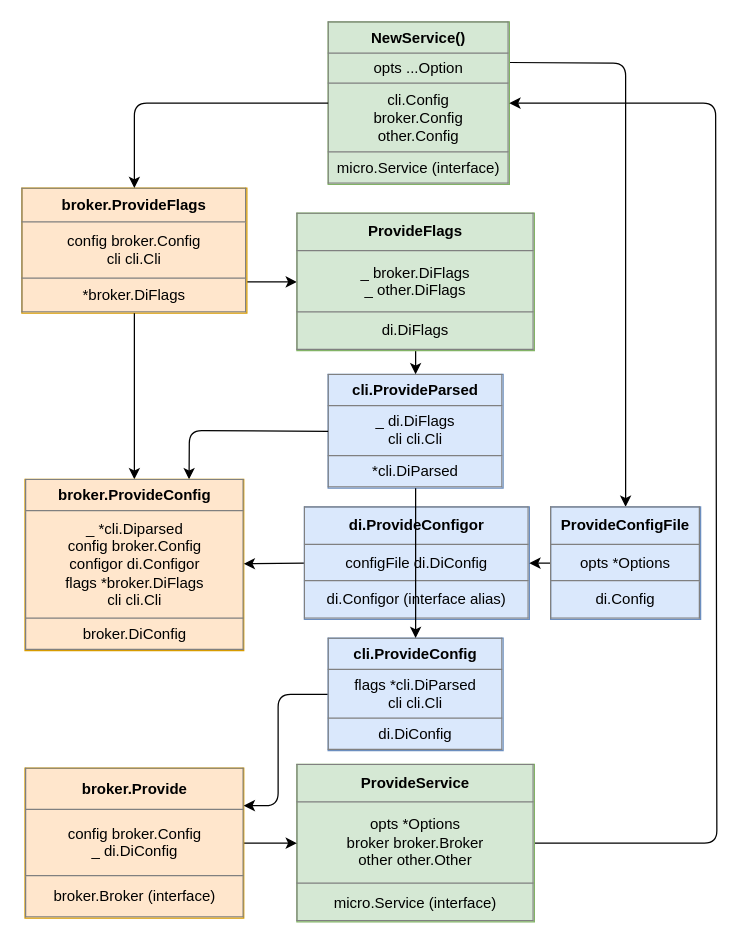
The draw.io diagram docs/wire/new_wire_di.dio in jochumdev/microwire, before the edit. Source tidied: cells renumbered, new cells numbered last; positions are measured from the earlier drawing's top-left corner, leaving out a move shared by most shapes. Both pictures are drawn from the tidied source at 125%, with x=0, y=0 at pixel (21, 21).
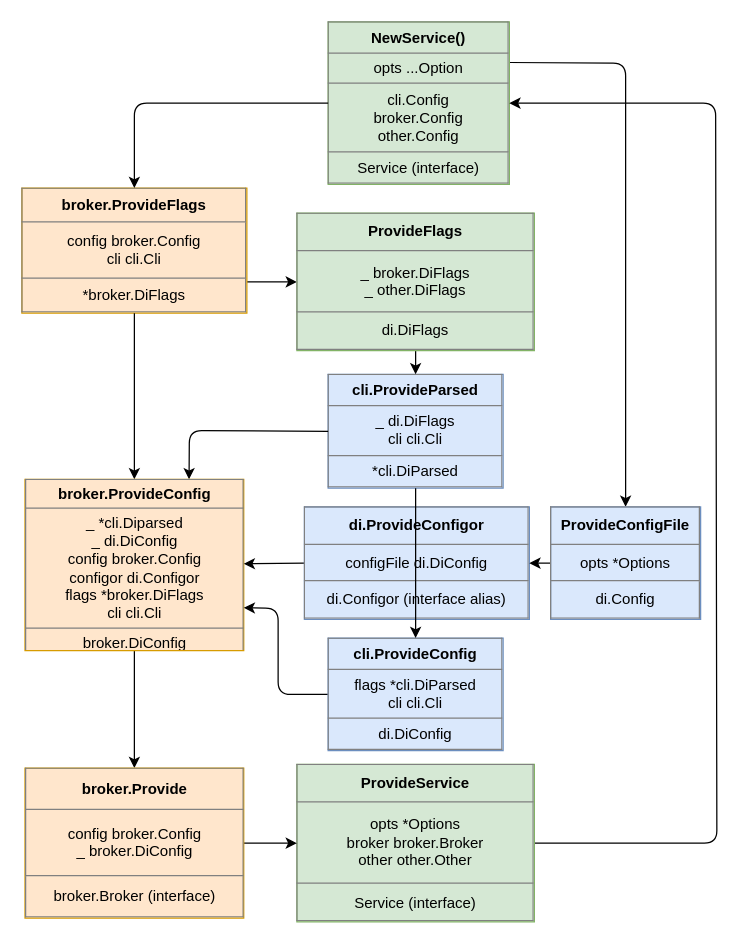
The same diagram, later.

Commit message (it also covers changes not shown here):
(docs): Update new_wire Diagram

The change refers to these unchanged cells:
```xml
<mxCell id="20" value="&lt;table border=&quot;1&quot; width=&quot;100%&quot; height=&quot;100%&quot; cellpadding=&quot;4&quot; style=&quot;width: 100%; height: 100%; border-collapse: collapse;&quot;&gt;&lt;tbody&gt;&lt;tr&gt;&lt;th align=&quot;center&quot;&gt;cli.ProvideConfig&lt;/th&gt;&lt;/tr&gt;&lt;tr&gt;&lt;td align=&quot;center&quot;&gt;flags *cli.DiParsed&lt;br&gt;cli cli.Cli&lt;br&gt;&lt;/td&gt;&lt;/tr&gt;&lt;tr&gt;&lt;td align=&quot;center&quot;&gt;di.DiConfig&lt;br&gt;&lt;/td&gt;&lt;/tr&gt;&lt;/tbody&gt;&lt;/table&gt;" style="text;html=1;strokeColor=#6c8ebf;fillColor=#dae8fc;overflow=fill;" parent="1" vertex="1">
  <mxGeometry x="245" y="493" width="140" height="90" as="geometry" />
</mxCell>
```

What changed in the source:
```diff
@@
-    <mxCell id="3" value="&lt;table border=&quot;1&quot; width=&quot;100%&quot; height=&quot;100%&quot; cellpadding=&quot;4&quot; style=&quot;width: 100%; height: 100%; border-collapse: collapse;&quot;&gt;&lt;tbody&gt;&lt;tr&gt;&lt;th align=&quot;center&quot;&gt;&lt;b&gt;NewService()&lt;/b&gt;&lt;/th&gt;&lt;/tr&gt;&lt;tr&gt;&lt;td align=&quot;center&quot;&gt;opts ...Option&lt;/td&gt;&lt;/tr&gt;&lt;tr&gt;&lt;td align=&quot;center&quot;&gt;cli.Config&lt;br&gt;broker.Config&lt;br&gt;other.Config&lt;/td&gt;&lt;/tr&gt;&lt;tr&gt;&lt;td style=&quot;text-align: center;&quot;&gt;micro.Service (interface)&lt;/td&gt;&lt;/tr&gt;&lt;/tbody&gt;&lt;/table&gt;" style="text;html=1;strokeColor=#82b366;fillColor=#d5e8d4;overflow=fill;" parent="1" vertex="1">
+    <mxCell id="3" value="&lt;table border=&quot;1&quot; width=&quot;100%&quot; height=&quot;100%&quot; cellpadding=&quot;4&quot; style=&quot;width: 100%; height: 100%; border-collapse: collapse;&quot;&gt;&lt;tbody&gt;&lt;tr&gt;&lt;th align=&quot;center&quot;&gt;&lt;b&gt;NewService()&lt;/b&gt;&lt;/th&gt;&lt;/tr&gt;&lt;tr&gt;&lt;td align=&quot;center&quot;&gt;opts ...Option&lt;/td&gt;&lt;/tr&gt;&lt;tr&gt;&lt;td align=&quot;center&quot;&gt;cli.Config&lt;br&gt;broker.Config&lt;br&gt;other.Config&lt;/td&gt;&lt;/tr&gt;&lt;tr&gt;&lt;td style=&quot;text-align: center;&quot;&gt;Service (interface)&lt;/td&gt;&lt;/tr&gt;&lt;/tbody&gt;&lt;/table&gt;" style="text;html=1;strokeColor=#82b366;fillColor=#d5e8d4;overflow=fill;" parent="1" vertex="1">
       <mxGeometry x="245" width="145" height="130" as="geometry" />
     </mxCell>
@@
-    <mxCell id="6" value="&lt;table border=&quot;1&quot; width=&quot;100%&quot; height=&quot;100%&quot; cellpadding=&quot;4&quot; style=&quot;width: 100%; height: 100%; border-collapse: collapse;&quot;&gt;&lt;tbody&gt;&lt;tr&gt;&lt;th align=&quot;center&quot;&gt;ProvideService&lt;/th&gt;&lt;/tr&gt;&lt;tr&gt;&lt;td align=&quot;center&quot;&gt;opts *Options&lt;br&gt;broker broker.Broker&lt;br&gt;other other.Other&lt;br&gt;&lt;/td&gt;&lt;/tr&gt;&lt;tr&gt;&lt;td align=&quot;center&quot;&gt;micro.Service (interface)&lt;br&gt;&lt;/td&gt;&lt;/tr&gt;&lt;/tbody&gt;&lt;/table&gt;" style="text;html=1;strokeColor=#82b366;fillColor=#d5e8d4;overflow=fill;" parent="1" vertex="1">
+    <mxCell id="6" value="&lt;table border=&quot;1&quot; width=&quot;100%&quot; height=&quot;100%&quot; cellpadding=&quot;4&quot; style=&quot;width: 100%; height: 100%; border-collapse: collapse;&quot;&gt;&lt;tbody&gt;&lt;tr&gt;&lt;th align=&quot;center&quot;&gt;ProvideService&lt;/th&gt;&lt;/tr&gt;&lt;tr&gt;&lt;td align=&quot;center&quot;&gt;opts *Options&lt;br&gt;broker broker.Broker&lt;br&gt;other other.Other&lt;br&gt;&lt;/td&gt;&lt;/tr&gt;&lt;tr&gt;&lt;td align=&quot;center&quot;&gt;Service (interface)&lt;br&gt;&lt;/td&gt;&lt;/tr&gt;&lt;/tbody&gt;&lt;/table&gt;" style="text;html=1;strokeColor=#82b366;fillColor=#d5e8d4;overflow=fill;" parent="1" vertex="1">
       <mxGeometry x="220" y="594" width="190" height="126" as="geometry" />
     </mxCell>
@@
+    <mxCell id="24" style="edgeStyle=none;html=1;exitX=0.5;exitY=1;exitDx=0;exitDy=0;" parent="1" edge="1" source="13" target="18">
+      <mxGeometry relative="1" as="geometry" />
+    </mxCell>
-    <mxCell id="13" value="&lt;table border=&quot;1&quot; width=&quot;100%&quot; height=&quot;100%&quot; cellpadding=&quot;4&quot; style=&quot;width: 100%; height: 100%; border-collapse: collapse;&quot;&gt;&lt;tbody&gt;&lt;tr&gt;&lt;th align=&quot;center&quot;&gt;broker.ProvideConfig&lt;/th&gt;&lt;/tr&gt;&lt;tr&gt;&lt;td align=&quot;center&quot;&gt;_ *cli.Diparsed&lt;br&gt;config broker.Config&lt;br&gt;configor di.Configor&lt;br&gt;flags *broker.DiFlags&lt;br&gt;cli cli.Cli&lt;/td&gt;&lt;/tr&gt;&lt;tr&gt;&lt;td align=&quot;center&quot;&gt;broker.DiConfig&lt;br&gt;&lt;/td&gt;&lt;/tr&gt;&lt;/tbody&gt;&lt;/table&gt;" style="text;html=1;strokeColor=#d79b00;fillColor=#ffe6cc;overflow=fill;" parent="1" vertex="1">
+    <mxCell id="13" value="&lt;table border=&quot;1&quot; width=&quot;100%&quot; height=&quot;100%&quot; cellpadding=&quot;4&quot; style=&quot;width: 100%; height: 100%; border-collapse: collapse;&quot;&gt;&lt;tbody&gt;&lt;tr&gt;&lt;th align=&quot;center&quot;&gt;broker.ProvideConfig&lt;/th&gt;&lt;/tr&gt;&lt;tr&gt;&lt;td align=&quot;center&quot;&gt;_ *cli.Diparsed&lt;br&gt;_ di.DiConfig&lt;br&gt;config broker.Config&lt;br&gt;configor di.Configor&lt;br&gt;flags *broker.DiFlags&lt;br&gt;cli cli.Cli&lt;/td&gt;&lt;/tr&gt;&lt;tr&gt;&lt;td align=&quot;center&quot;&gt;broker.DiConfig&lt;br&gt;&lt;/td&gt;&lt;/tr&gt;&lt;/tbody&gt;&lt;/table&gt;" style="text;html=1;strokeColor=#d79b00;fillColor=#ffe6cc;overflow=fill;" parent="1" vertex="1">
       <mxGeometry x="2.5" y="366" width="175" height="137" as="geometry" />
     </mxCell>
@@
-    <mxCell id="18" value="&lt;table border=&quot;1&quot; width=&quot;100%&quot; height=&quot;100%&quot; cellpadding=&quot;4&quot; style=&quot;width: 100%; height: 100%; border-collapse: collapse;&quot;&gt;&lt;tbody&gt;&lt;tr&gt;&lt;th align=&quot;center&quot;&gt;broker.Provide&lt;/th&gt;&lt;/tr&gt;&lt;tr&gt;&lt;td align=&quot;center&quot;&gt;config broker.Config&lt;br&gt;_ di.DiConfig&lt;br&gt;&lt;/td&gt;&lt;/tr&gt;&lt;tr&gt;&lt;td align=&quot;center&quot;&gt;broker.Broker (interface)&lt;br&gt;&lt;/td&gt;&lt;/tr&gt;&lt;/tbody&gt;&lt;/table&gt;" style="text;html=1;strokeColor=#d79b00;fillColor=#ffe6cc;overflow=fill;" parent="1" vertex="1">
+    <mxCell id="18" value="&lt;table border=&quot;1&quot; width=&quot;100%&quot; height=&quot;100%&quot; cellpadding=&quot;4&quot; style=&quot;width: 100%; height: 100%; border-collapse: collapse;&quot;&gt;&lt;tbody&gt;&lt;tr&gt;&lt;th align=&quot;center&quot;&gt;broker.Provide&lt;/th&gt;&lt;/tr&gt;&lt;tr&gt;&lt;td align=&quot;center&quot;&gt;config broker.Config&lt;br&gt;_ broker.DiConfig&lt;br&gt;&lt;/td&gt;&lt;/tr&gt;&lt;tr&gt;&lt;td align=&quot;center&quot;&gt;broker.Broker (interface)&lt;br&gt;&lt;/td&gt;&lt;/tr&gt;&lt;/tbody&gt;&lt;/table&gt;" style="text;html=1;strokeColor=#d79b00;fillColor=#ffe6cc;overflow=fill;" parent="1" vertex="1">
       <mxGeometry x="2.5" y="597" width="175" height="120" as="geometry" />
     </mxCell>
-    <mxCell id="19" style="edgeStyle=none;html=1;exitX=0;exitY=0.5;exitDx=0;exitDy=0;entryX=1;entryY=0.25;entryDx=0;entryDy=0;" parent="1" edge="1" source="20" target="18">
+    <mxCell id="19" style="edgeStyle=none;html=1;exitX=0;exitY=0.5;exitDx=0;exitDy=0;entryX=1;entryY=0.75;entryDx=0;entryDy=0;" parent="1" edge="1" source="20" target="13">
       <mxGeometry relative="1" as="geometry">
         <Array as="points">
           <mxPoint x="205" y="538" />
-          <mxPoint x="205" y="627" />
+          <mxPoint x="205" y="469" />
         </Array>
       </mxGeometry>
     </mxCell>
```
